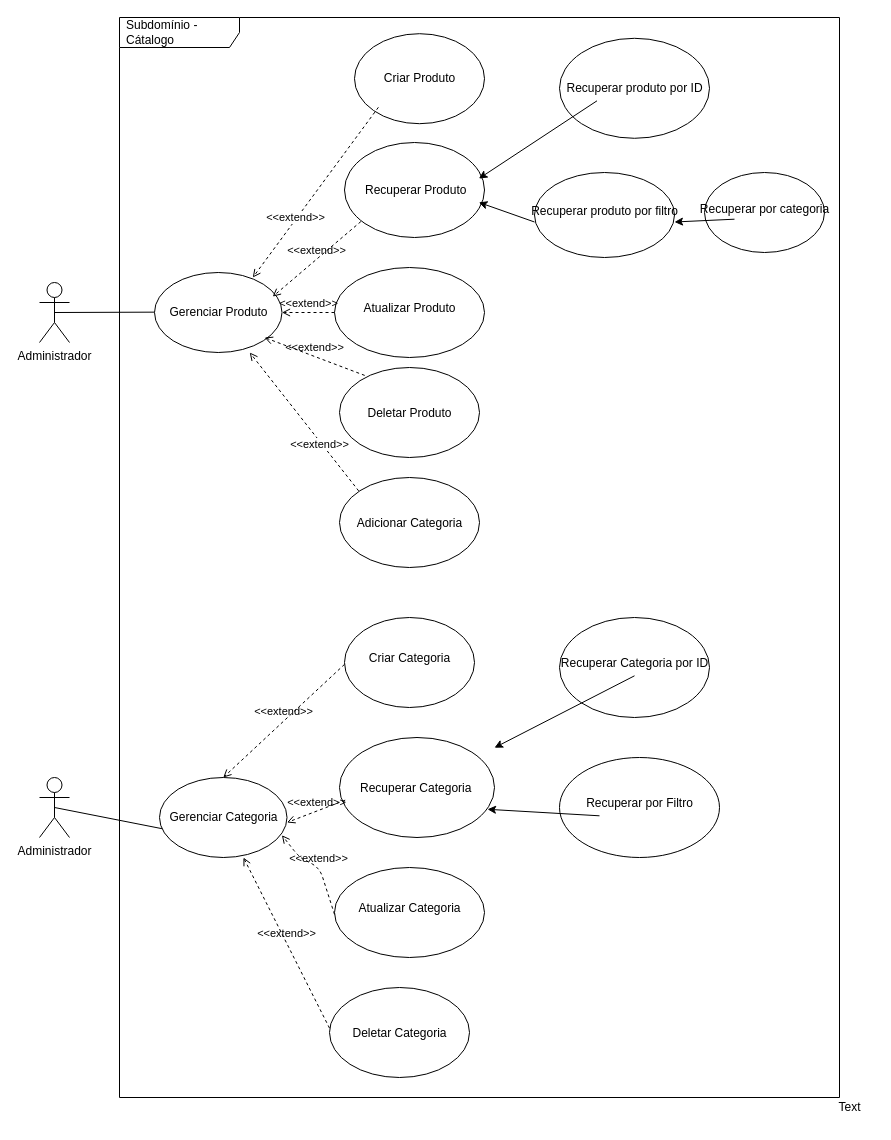
This is page "Subdomínio - Catálogo" (2 of 2) of requirements/ecommerce-use-case.drawio from esteroliveira33/ecommerce-node-api, a draw.io file, before an edit. Source tidied: cells renumbered, new cells numbered last; positions are measured from the earlier drawing's top-left corner, leaving out a move shared by most shapes. Both pictures are drawn from the tidied source at 100%, with x=0, y=0 at pixel (39, 17).
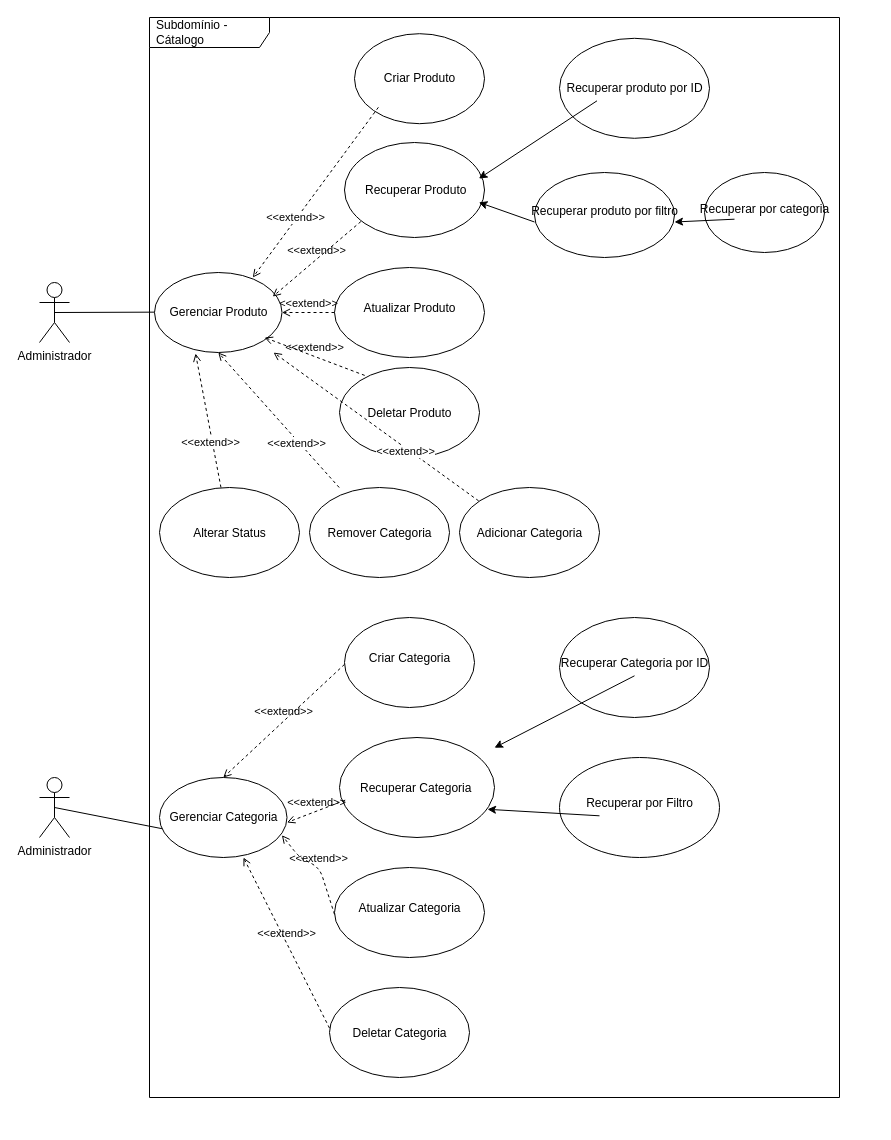
Above is the later version.

The change refers to these unchanged cells:
```xml
<mxCell id="26" style="shape=ellipse;horizontal=1;html=1;dashed=0;" parent="1" vertex="1">
  <mxGeometry x="115" y="255" width="127.5" height="80" as="geometry" />
</mxCell>
```

What changed in the source:
```diff
@@
+    <mxCell id="55" value="Subdomínio - Cátalogo" style="shape=umlFrame;whiteSpace=wrap;html=1;width=120;height=30;boundedLbl=1;verticalAlign=middle;align=left;spacingLeft=5;" parent="1" vertex="1">
+      <mxGeometry x="110" width="690" height="1080" as="geometry" />
+    </mxCell>
@@
     <mxCell id="38" style="shape=ellipse;horizontal=1;html=1;dashed=0;" parent="1" vertex="1">
-      <mxGeometry x="300" y="460" width="140" height="90" as="geometry" />
+      <mxGeometry x="420" y="470" width="140" height="90" as="geometry" />
     </mxCell>
@@
-    <mxCell id="52" value="Text" style="text;html=1;align=center;verticalAlign=middle;strokeColor=none;fillColor=none;" parent="1" vertex="1">
-      <mxGeometry x="785" y="1075" width="50" height="30" as="geometry" />
-    </mxCell>
@@
-    <mxCell id="55" value="Subdomínio - Cátalogo" style="shape=umlFrame;whiteSpace=wrap;html=1;width=120;height=30;boundedLbl=1;verticalAlign=middle;align=left;spacingLeft=5;" parent="1" vertex="1">
-      <mxGeometry x="80" width="720" height="1080" as="geometry" />
-    </mxCell>
+    <mxCell id="56" style="shape=ellipse;horizontal=1;html=1;dashed=0;" parent="1" vertex="1">
+      <mxGeometry x="270" y="470" width="140" height="90" as="geometry" />
+    </mxCell>
+    <mxCell id="57" value="Remover Categoria" style="text;html=1;align=center;verticalAlign=middle;fillColor=none;strokeColor=none;" parent="56" vertex="1">
+      <mxGeometry y="35" width="140" height="22.5" as="geometry" />
+    </mxCell>
+    <mxCell id="58" style="html=1;verticalAlign=bottom;labelBackgroundColor=none;endArrow=open;endFill=0;dashed=1;entryX=0.5;entryY=1;entryDx=0;entryDy=0;" parent="1" edge="1" source="56" target="26">
+      <mxGeometry relative="1" as="geometry" />
+    </mxCell>
+    <mxCell id="59" value="&amp;lt;&amp;lt;extend&amp;gt;&amp;gt;" style="edgeLabel;html=1;align=center;verticalAlign=middle;" parent="58" vertex="1">
+      <mxGeometry x="-0.3" y="2" relative="1" as="geometry">
+        <mxPoint y="1" as="offset" />
+      </mxGeometry>
+    </mxCell>
+    <mxCell id="60" style="shape=ellipse;horizontal=1;html=1;dashed=0;" parent="1" vertex="1">
+      <mxGeometry x="120" y="470" width="140" height="90" as="geometry" />
+    </mxCell>
+    <mxCell id="61" value="Alterar Status" style="text;html=1;align=center;verticalAlign=middle;fillColor=none;strokeColor=none;" parent="60" vertex="1">
+      <mxGeometry y="35" width="140" height="22.5" as="geometry" />
+    </mxCell>
+    <mxCell id="62" style="html=1;verticalAlign=bottom;labelBackgroundColor=none;endArrow=open;endFill=0;dashed=1;entryX=0.322;entryY=1.013;entryDx=0;entryDy=0;entryPerimeter=0;" parent="1" edge="1" source="60" target="26">
+      <mxGeometry relative="1" as="geometry" />
+    </mxCell>
+    <mxCell id="63" value="&amp;lt;&amp;lt;extend&amp;gt;&amp;gt;" style="edgeLabel;html=1;align=center;verticalAlign=middle;" parent="62" vertex="1">
+      <mxGeometry x="-0.3" y="2" relative="1" as="geometry">
+        <mxPoint y="1" as="offset" />
+      </mxGeometry>
+    </mxCell>
```
